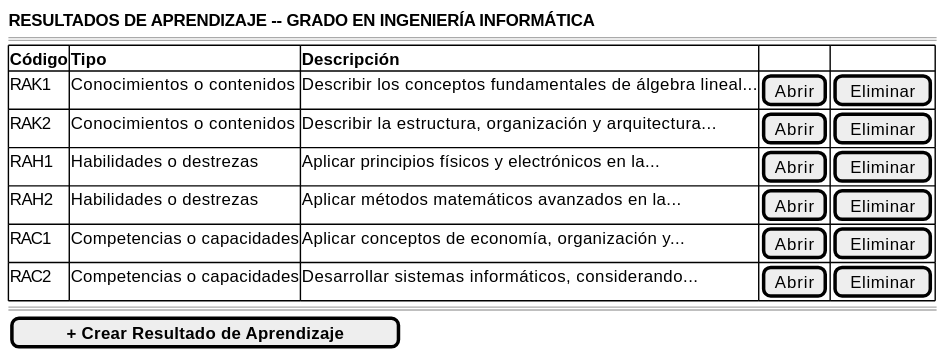
Before: images/RUP/01-requisitos/03-detalle-casos-uso/abrirResultadosAprendizaje/wireframe.svg, a diagram exported from PlantUML (mmasias/pyCeldaPublico).
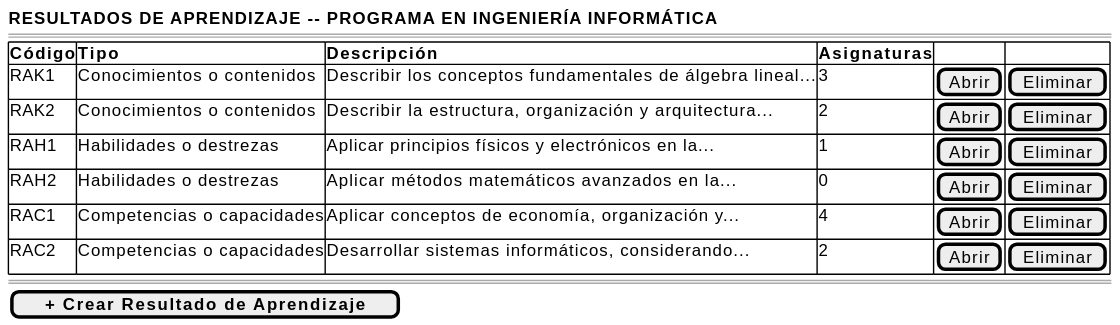
After the change.

Change to the diagram source:
```diff
@@ -1,15 +1,15 @@
 @startsalt abrirResultadosAprendizaje-wireframe
 {
-    <b>RESULTADOS DE APRENDIZAJE -- GRADO EN INGENIERÍA INFORMÁTICA</b>
+    <b>RESULTADOS DE APRENDIZAJE -- PROGRAMA EN INGENIERÍA INFORMÁTICA</b>
     ====
     {#
-        <b>Código | <b>Tipo | <b>Descripción | . | .
-        RAK1 | Conocimientos o contenidos | Describir los conceptos fundamentales de álgebra lineal... | [Abrir] | [Eliminar]
-        RAK2 | Conocimientos o contenidos | Describir la estructura, organización y arquitectura... | [Abrir] | [Eliminar]
-        RAH1 | Habilidades o destrezas | Aplicar principios físicos y electrónicos en la... | [Abrir] | [Eliminar]
-        RAH2 | Habilidades o destrezas | Aplicar métodos matemáticos avanzados en la... | [Abrir] | [Eliminar]
-        RAC1 | Competencias o capacidades | Aplicar conceptos de economía, organización y... | [Abrir] | [Eliminar]
-        RAC2 | Competencias o capacidades | Desarrollar sistemas informáticos, considerando... | [Abrir] | [Eliminar]
+        <b>Código | <b>Tipo | <b>Descripción | <b>Asignaturas | . | .
+        RAK1 | Conocimientos o contenidos | Describir los conceptos fundamentales de álgebra lineal... | 3 | [Abrir] | [Eliminar]
+        RAK2 | Conocimientos o contenidos | Describir la estructura, organización y arquitectura... | 2 | [Abrir] | [Eliminar]
+        RAH1 | Habilidades o destrezas | Aplicar principios físicos y electrónicos en la... | 1 | [Abrir] | [Eliminar]
+        RAH2 | Habilidades o destrezas | Aplicar métodos matemáticos avanzados en la... | 0 | [Abrir] | [Eliminar]
+        RAC1 | Competencias o capacidades | Aplicar conceptos de economía, organización y... | 4 | [Abrir] | [Eliminar]
+        RAC2 | Competencias o capacidades | Desarrollar sistemas informáticos, considerando... | 2 | [Abrir] | [Eliminar]
     }
     ====
     [ <b>+ Crear Resultado de Aprendizaje</b> ]
```
